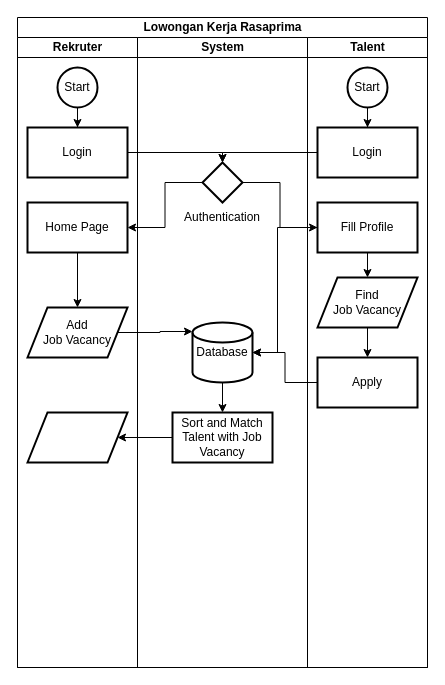
xoghub/diagrams keeps this draw.io diagram as dump-diagrams/loker-govokasi.drawio. Above is the earlier version. Source tidied: cells renumbered, new cells numbered last; positions are measured from the earlier drawing's top-left corner, leaving out a move shared by most shapes. Both pictures are drawn from the tidied source at 100%, with x=0, y=0 at pixel (17, 17).
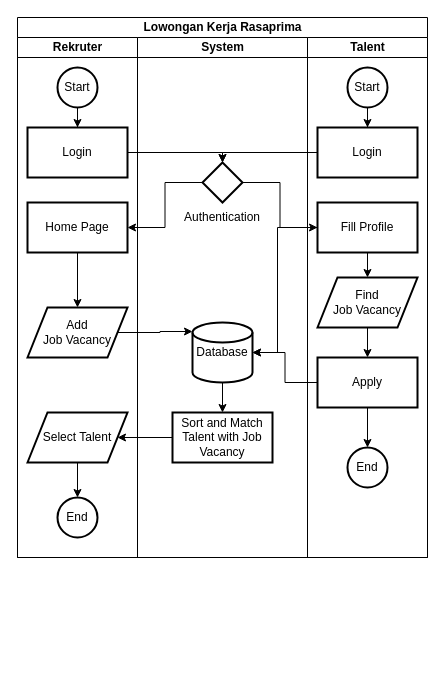
The same page after the edit.

Unchanged cells that the change refers to:
```xml
<mxCell id="26" value="Apply" style="whiteSpace=wrap;html=1;strokeWidth=2;" parent="18" vertex="1">
  <mxGeometry x="10" y="320" width="100" height="50" as="geometry" />
</mxCell>
```

The edit, as a diff of the source:
```diff
@@
     <mxCell id="2" value="Lowongan Kerja Rasaprima" style="swimlane;startSize=20;html=1;" parent="1" vertex="1">
-      <mxGeometry width="410" height="650" as="geometry" />
+      <mxGeometry width="410" height="540" as="geometry" />
     </mxCell>
     <mxCell id="3" value="Rekruter" style="swimlane;startSize=20;html=1;" parent="2" vertex="1">
-      <mxGeometry y="20" width="120" height="630" as="geometry" />
+      <mxGeometry y="20" width="120" height="520" as="geometry" />
     </mxCell>
@@
+    <mxCell id="34" style="edgeStyle=orthogonalEdgeStyle;rounded=0;jettySize=auto;html=1;" parent="3" edge="1" source="10" target="35">
+      <mxGeometry relative="1" as="geometry" />
+    </mxCell>
-    <mxCell id="10" style="shape=parallelogram;perimeter=parallelogramPerimeter;whiteSpace=wrap;html=1;fixedSize=1;strokeWidth=2;" parent="3" vertex="1">
+    <mxCell id="10" value="Select Talent" style="shape=parallelogram;perimeter=parallelogramPerimeter;whiteSpace=wrap;html=1;fixedSize=1;strokeWidth=2;" parent="3" vertex="1">
       <mxGeometry x="10" y="375" width="100" height="50" as="geometry" />
     </mxCell>
+    <mxCell id="35" value="End" style="ellipse;whiteSpace=wrap;html=1;strokeWidth=2;" parent="3" vertex="1">
+      <mxGeometry x="40" y="460" width="40" height="40" as="geometry" />
+    </mxCell>
     <mxCell id="11" value="System" style="swimlane;startSize=20;html=1;" parent="2" vertex="1">
-      <mxGeometry x="120" y="20" width="170" height="630" as="geometry" />
+      <mxGeometry x="120" y="20" width="170" height="520" as="geometry" />
     </mxCell>
@@
     <mxCell id="18" value="Talent" style="swimlane;startSize=20;html=1;" parent="2" vertex="1">
-      <mxGeometry x="290" y="20" width="120" height="630" as="geometry" />
+      <mxGeometry x="290" y="20" width="120" height="520" as="geometry" />
     </mxCell>
@@
+    <mxCell id="36" style="edgeStyle=orthogonalEdgeStyle;rounded=0;jettySize=auto;html=1;" parent="18" edge="1" source="26" target="37">
+      <mxGeometry relative="1" as="geometry" />
+    </mxCell>
@@
+    <mxCell id="37" value="End" style="ellipse;whiteSpace=wrap;html=1;strokeWidth=2;" parent="18" vertex="1">
+      <mxGeometry x="40" y="410" width="40" height="40" as="geometry" />
+    </mxCell>
```
